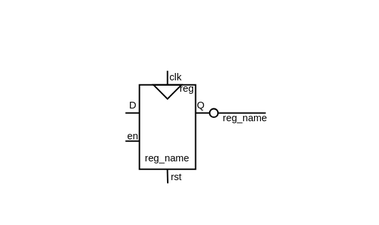
MPSU/APS keeps this draw.io diagram as .pic/Basic Verilog structures/registers/fig_02.drawio.svg. Above is the earlier version. Source tidied: cells renumbered, new cells last; positions are measured from the earlier drawing's top-left corner, leaving out a move shared by most shapes.
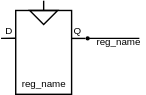
Later version of the same file.

What changed in the source:
```diff
@@ -1,78 +1,44 @@
-<mxGraphModel>
+<mxGraphModel background="#ffffff">
   <root>
     <mxCell id="0" />
     <mxCell id="1" parent="0" />
-    <mxCell id="2" style="rounded=0;whiteSpace=wrap;html=1;labelBackgroundColor=#CB9EFF;fontSize=7;fillColor=#FFFFFF;fontColor=#333333;strokeColor=none;" parent="1" vertex="1">
-      <mxGeometry x="0.5" width="269.5" height="160" as="geometry" />
+    <mxCell id="2" value="&lt;font style=&quot;font-size: 7px;&quot;&gt;reg_name&lt;/font&gt;" style="rounded=0;whiteSpace=wrap;html=1;verticalAlign=bottom;spacingBottom=0;fillColor=none;" parent="1" vertex="1">
+      <mxGeometry x="115.5" y="279" width="40" height="60" as="geometry" />
     </mxCell>
-    <mxCell id="3" value="&lt;font style=&quot;font-size: 7px;&quot;&gt;reg_name&lt;/font&gt;" style="rounded=0;whiteSpace=wrap;html=1;verticalAlign=bottom;spacingBottom=0;fillColor=none;" parent="1" vertex="1">
-      <mxGeometry x="100" y="60" width="40" height="60" as="geometry" />
+    <mxCell id="3" style="endArrow=none;html=1;rounded=0;fontSize=7;" parent="1" edge="1">
+      <mxGeometry relative="1" as="geometry">
+        <mxPoint x="165.5" y="299" as="sourcePoint" />
+        <mxPoint x="155.5" y="299" as="targetPoint" />
+      </mxGeometry>
     </mxCell>
-    <mxCell id="4" value="reg" style="text;html=1;strokeColor=none;fillColor=none;align=center;verticalAlign=middle;whiteSpace=wrap;rounded=0;fontSize=7;" parent="1" vertex="1">
-      <mxGeometry x="127" y="59" width="14" height="8" as="geometry" />
+    <mxCell id="4" style="edgeStyle=orthogonalEdgeStyle;rounded=0;jettySize=auto;html=1;exitX=0;exitY=0.5;exitDx=0;exitDy=0;endArrow=none;endFill=0;" parent="1" edge="1" source="5">
+      <mxGeometry relative="1" as="geometry">
+        <mxPoint x="135.5" y="272" as="targetPoint" />
+      </mxGeometry>
     </mxCell>
-    <mxCell id="5" style="endArrow=none;html=1;rounded=0;fontSize=7;" parent="1" edge="1">
-      <mxGeometry relative="1" as="geometry">
-        <mxPoint x="100" y="80" as="sourcePoint" />
-        <mxPoint x="90" y="80" as="targetPoint" />
-      </mxGeometry>
+    <mxCell id="5" style="triangle;whiteSpace=wrap;html=1;fontSize=7;rotation=90;fillColor=none;" parent="1" vertex="1">
+      <mxGeometry x="130.5" y="274" width="10" height="20" as="geometry" />
     </mxCell>
-    <mxCell id="6" style="endArrow=none;html=1;rounded=0;fontSize=7;" parent="1" edge="1">
-      <mxGeometry relative="1" as="geometry">
-        <mxPoint x="150" y="80" as="sourcePoint" />
-        <mxPoint x="140" y="80" as="targetPoint" />
-      </mxGeometry>
+    <mxCell id="6" value="Q" style="text;html=1;strokeColor=none;fillColor=none;align=center;verticalAlign=middle;whiteSpace=wrap;rounded=0;fontSize=7;" parent="1" vertex="1">
+      <mxGeometry x="156.5" y="289" width="6" height="10" as="geometry" />
     </mxCell>
-    <mxCell id="7" style="endArrow=none;html=1;rounded=0;fontSize=7;" parent="1" edge="1">
+    <mxCell id="7" style="endArrow=none;html=1;rounded=0;fontSize=7;startArrow=oval;startFill=1;endSize=6;startSize=2;" parent="1" edge="1">
       <mxGeometry relative="1" as="geometry">
-        <mxPoint x="120" y="60" as="sourcePoint" />
-        <mxPoint x="120" y="50" as="targetPoint" />
+        <mxPoint x="167" y="299" as="sourcePoint" />
+        <mxPoint x="204" y="299" as="targetPoint" />
       </mxGeometry>
     </mxCell>
-    <mxCell id="8" style="triangle;whiteSpace=wrap;html=1;fontSize=7;rotation=90;fillColor=none;" parent="1" vertex="1">
-      <mxGeometry x="115" y="55" width="10" height="20" as="geometry" />
+    <mxCell id="8" style="edgeStyle=orthogonalEdgeStyle;rounded=0;orthogonalLoop=1;jettySize=auto;html=1;exitX=0;exitY=0.75;exitDx=0;exitDy=0;exitPerimeter=0;endArrow=none;endFill=0;" parent="1" edge="1">
+      <mxGeometry relative="1" as="geometry">
+        <mxPoint x="115" y="298.9" as="sourcePoint" />
+        <mxPoint x="105" y="298.9" as="targetPoint" />
+      </mxGeometry>
     </mxCell>
     <mxCell id="9" value="D" style="text;html=1;strokeColor=none;fillColor=none;align=center;verticalAlign=middle;whiteSpace=wrap;rounded=0;fontSize=7;" parent="1" vertex="1">
-      <mxGeometry x="93" y="70" width="5" height="10" as="geometry" />
+      <mxGeometry x="107.5" y="289" width="6" height="10" as="geometry" />
     </mxCell>
-    <mxCell id="10" value="Q" style="text;html=1;strokeColor=none;fillColor=none;align=center;verticalAlign=middle;whiteSpace=wrap;rounded=0;fontSize=7;" parent="1" vertex="1">
-      <mxGeometry x="141" y="70" width="6" height="10" as="geometry" />
+    <mxCell id="10" value="&lt;font style=&quot;font-size: 7px;&quot;&gt;reg_name&lt;/font&gt;" style="edgeLabel;html=1;align=center;verticalAlign=middle;fontSize=7;labelBackgroundColor=none;" parent="1" vertex="1">
+      <mxGeometry x="188.9" y="301.9" as="geometry" />
     </mxCell>
-    <mxCell id="11" value="clk" style="text;html=1;strokeColor=none;fillColor=none;align=center;verticalAlign=middle;whiteSpace=wrap;rounded=0;fontSize=7;" parent="1" vertex="1">
-      <mxGeometry x="121" y="50" width="10" height="10" as="geometry" />
-    </mxCell>
-    <mxCell id="12" style="endArrow=none;html=1;rounded=0;fontSize=7;startArrow=oval;startFill=0;" parent="1" edge="1">
-      <mxGeometry relative="1" as="geometry">
-        <mxPoint x="153" y="80" as="sourcePoint" />
-        <mxPoint x="190" y="80" as="targetPoint" />
-      </mxGeometry>
-    </mxCell>
-    <mxCell id="13" value="&lt;font style=&quot;font-size: 7px;&quot;&gt;reg_name&lt;/font&gt;" style="edgeLabel;html=1;align=center;verticalAlign=middle;fontSize=7;labelBackgroundColor=none;" parent="12" vertex="1">
-      <mxGeometry x="0.13" relative="1" as="geometry">
-        <mxPoint y="3" as="offset" />
-      </mxGeometry>
-    </mxCell>
-    <mxCell id="14" style="endArrow=none;html=1;rounded=0;fontSize=7;" parent="1" edge="1">
-      <mxGeometry relative="1" as="geometry">
-        <mxPoint x="90" y="100" as="sourcePoint" />
-        <mxPoint x="100" y="100" as="targetPoint" />
-      </mxGeometry>
-    </mxCell>
-    <mxCell id="15" value="en" style="edgeLabel;html=1;align=center;verticalAlign=middle;fontSize=7;labelBackgroundColor=none;" parent="14" vertex="1">
-      <mxGeometry x="-0.41" relative="1" as="geometry">
-        <mxPoint x="1" y="-4" as="offset" />
-      </mxGeometry>
-    </mxCell>
-    <mxCell id="16" style="endArrow=none;html=1;rounded=0;fontSize=7;" parent="1" edge="1">
-      <mxGeometry relative="1" as="geometry">
-        <mxPoint x="120.2" y="130" as="sourcePoint" />
-        <mxPoint x="119.9" y="120" as="targetPoint" />
-      </mxGeometry>
-    </mxCell>
-    <mxCell id="17" value="rst" style="edgeLabel;html=1;align=center;verticalAlign=middle;fontSize=7;" parent="16" vertex="1">
-      <mxGeometry x="0.41" relative="1" as="geometry">
-        <mxPoint x="5" y="2" as="offset" />
-      </mxGeometry>
-    </mxCell>
   </root>
 </mxGraphModel>
```
